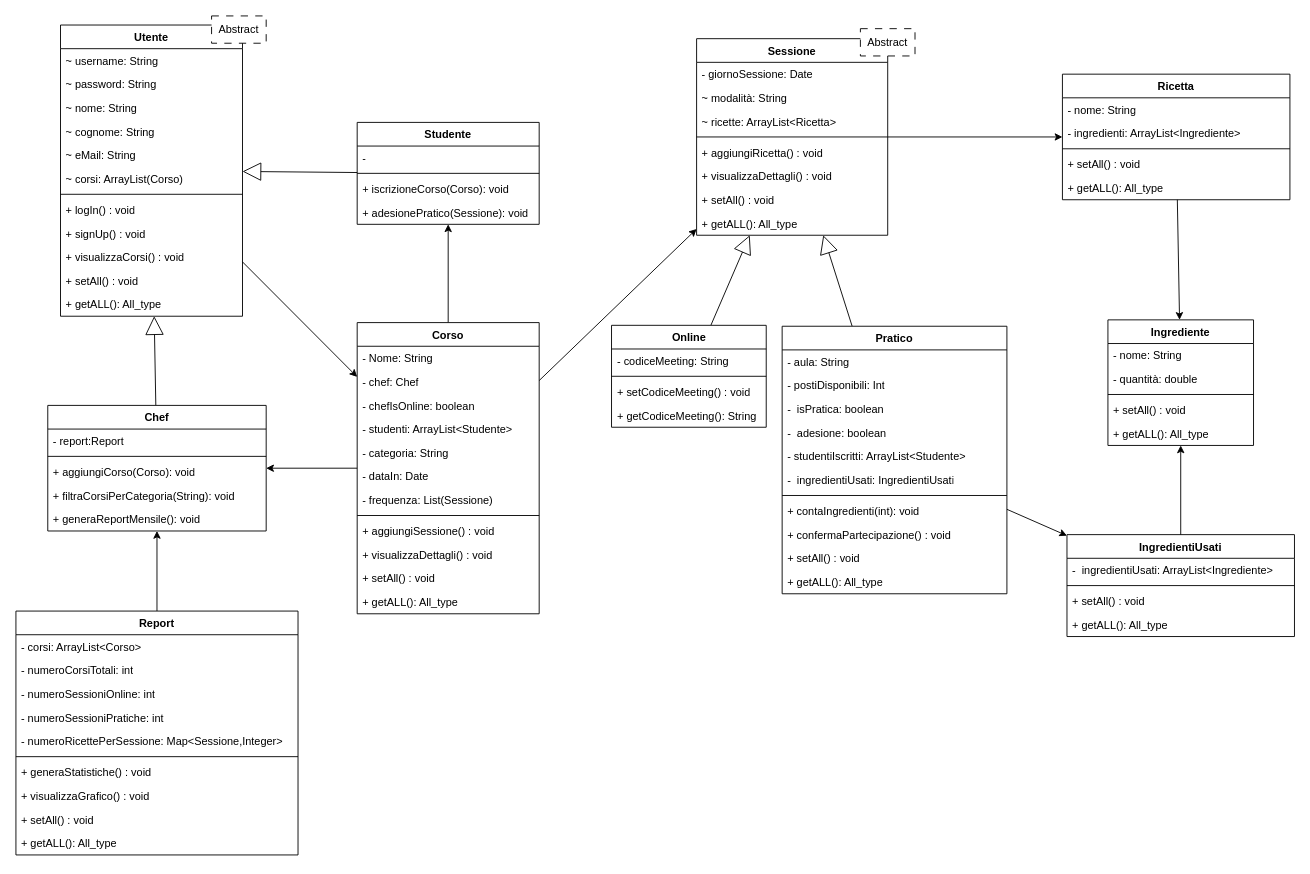
This is page "UMLOBJ" (1 of 2) of obj/uml/UML1.drawio from MetisWastaken/UninaFoodLab, a draw.io file, before an edit. Source tidied: cells renumbered, new cells numbered last; positions are measured from the earlier drawing's top-left corner, leaving out a move shared by most shapes. Both pictures are drawn from the tidied source at 91%, with x=0, y=0 at pixel (15, 15).
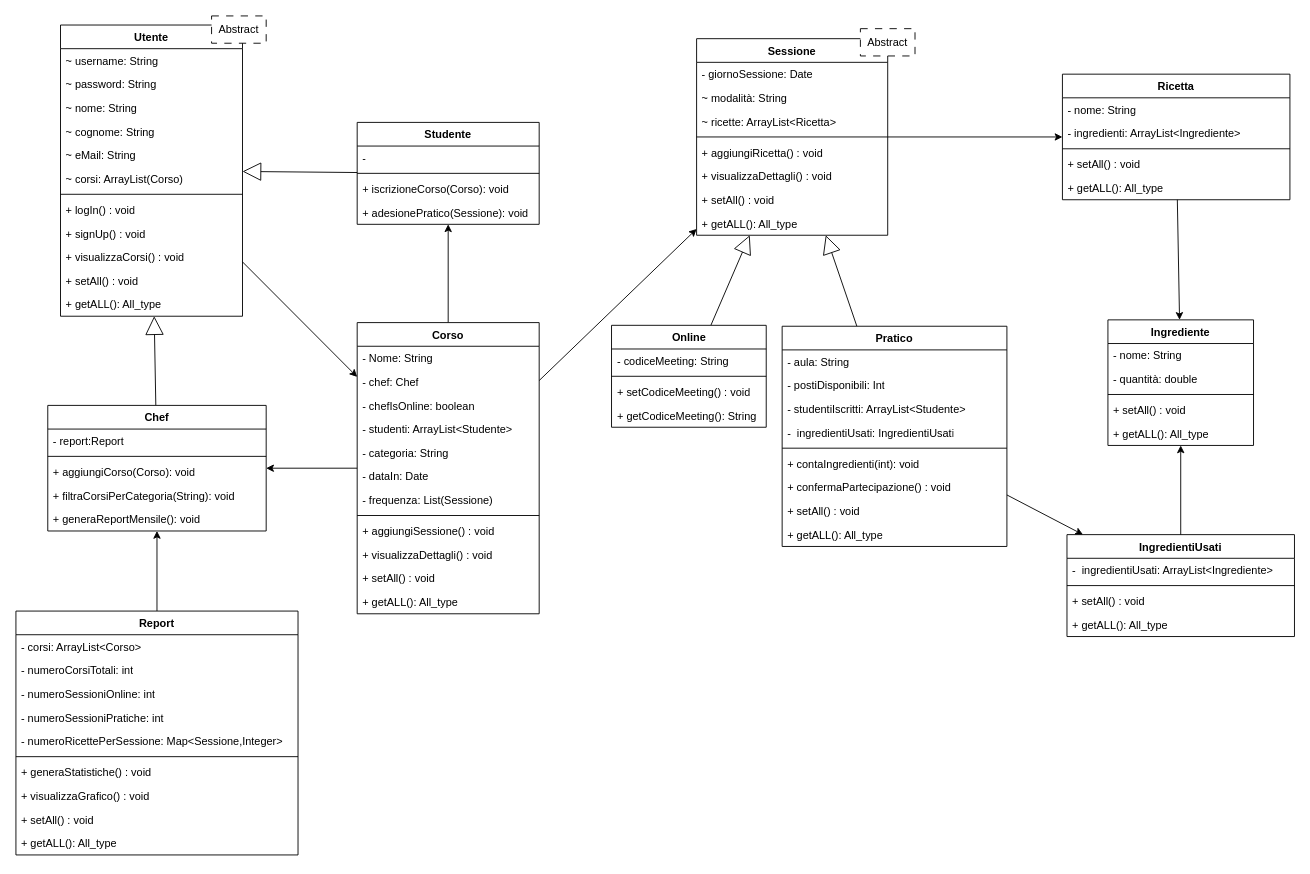
The same diagram, later.

The edit, as a diff of the source:
```diff
@@
     <mxCell id="71" value="Pratico" style="swimlane;align=center;verticalAlign=top;horizontal=1;startSize=26;whiteSpace=wrap;html=1;" parent="1" vertex="1">
-      <mxGeometry x="842" y="341" width="247" height="294" as="geometry" />
+      <mxGeometry x="842" y="341" width="247" height="242" as="geometry" />
     </mxCell>
@@
-    <mxCell id="74" value="-&amp;nbsp; isPratica: boolean" style="text;strokeColor=none;fillColor=none;align=left;verticalAlign=top;spacingLeft=4;spacingRight=4;overflow=hidden;whiteSpace=wrap;html=1;" parent="71" vertex="1">
-      <mxGeometry y="78" width="247" height="26" as="geometry" />
-    </mxCell>
-    <mxCell id="75" value="-&amp;nbsp; adesione: boolean" style="text;strokeColor=none;fillColor=none;align=left;verticalAlign=top;spacingLeft=4;spacingRight=4;overflow=hidden;whiteSpace=wrap;html=1;" parent="71" vertex="1">
-      <mxGeometry y="104" width="247" height="26" as="geometry" />
-    </mxCell>
     <mxCell id="76" value="- studentiIscritti: ArrayList&amp;lt;Studente&amp;gt;" style="text;strokeColor=none;fillColor=none;align=left;verticalAlign=top;spacingLeft=4;spacingRight=4;overflow=hidden;whiteSpace=wrap;html=1;" parent="71" vertex="1">
-      <mxGeometry y="130" width="247" height="26" as="geometry" />
+      <mxGeometry y="78" width="247" height="26" as="geometry" />
     </mxCell>
     <mxCell id="77" value="-&amp;nbsp; ingredientiUsati: IngredientiUsati" style="text;strokeColor=none;fillColor=none;align=left;verticalAlign=top;spacingLeft=4;spacingRight=4;overflow=hidden;whiteSpace=wrap;html=1;" parent="71" vertex="1">
-      <mxGeometry y="156" width="247" height="26" as="geometry" />
+      <mxGeometry y="104" width="247" height="26" as="geometry" />
     </mxCell>
     <mxCell id="78" style="line;strokeWidth=1;fillColor=none;align=left;verticalAlign=middle;spacingTop=-1;spacingLeft=3;spacingRight=3;labelPosition=right;strokeColor=inherit;" parent="71" vertex="1">
-      <mxGeometry y="182" width="247" height="8" as="geometry" />
+      <mxGeometry y="130" width="247" height="8" as="geometry" />
     </mxCell>
     <mxCell id="79" value="+ contaIngredienti(int): void" style="text;strokeColor=none;fillColor=none;align=left;verticalAlign=top;spacingLeft=4;spacingRight=4;overflow=hidden;whiteSpace=wrap;html=1;" parent="71" vertex="1">
-      <mxGeometry y="190" width="247" height="26" as="geometry" />
+      <mxGeometry y="138" width="247" height="26" as="geometry" />
     </mxCell>
     <mxCell id="80" value="+ confermaPartecipazione() : void" style="text;strokeColor=none;fillColor=none;align=left;verticalAlign=top;spacingLeft=4;spacingRight=4;overflow=hidden;whiteSpace=wrap;html=1;" parent="71" vertex="1">
-      <mxGeometry y="216" width="247" height="26" as="geometry" />
+      <mxGeometry y="164" width="247" height="26" as="geometry" />
     </mxCell>
     <mxCell id="81" value="+ setAll() : void" style="text;strokeColor=none;fillColor=none;align=left;verticalAlign=top;spacingLeft=4;spacingRight=4;overflow=hidden;whiteSpace=wrap;html=1;" parent="71" vertex="1">
-      <mxGeometry y="242" width="247" height="26" as="geometry" />
+      <mxGeometry y="190" width="247" height="26" as="geometry" />
     </mxCell>
     <mxCell id="82" value="+ getALL(): All_type" style="text;strokeColor=none;fillColor=none;align=left;verticalAlign=top;spacingLeft=4;spacingRight=4;overflow=hidden;whiteSpace=wrap;html=1;" parent="71" vertex="1">
-      <mxGeometry y="268" width="247" height="26" as="geometry" />
+      <mxGeometry y="216" width="247" height="26" as="geometry" />
     </mxCell>
```
